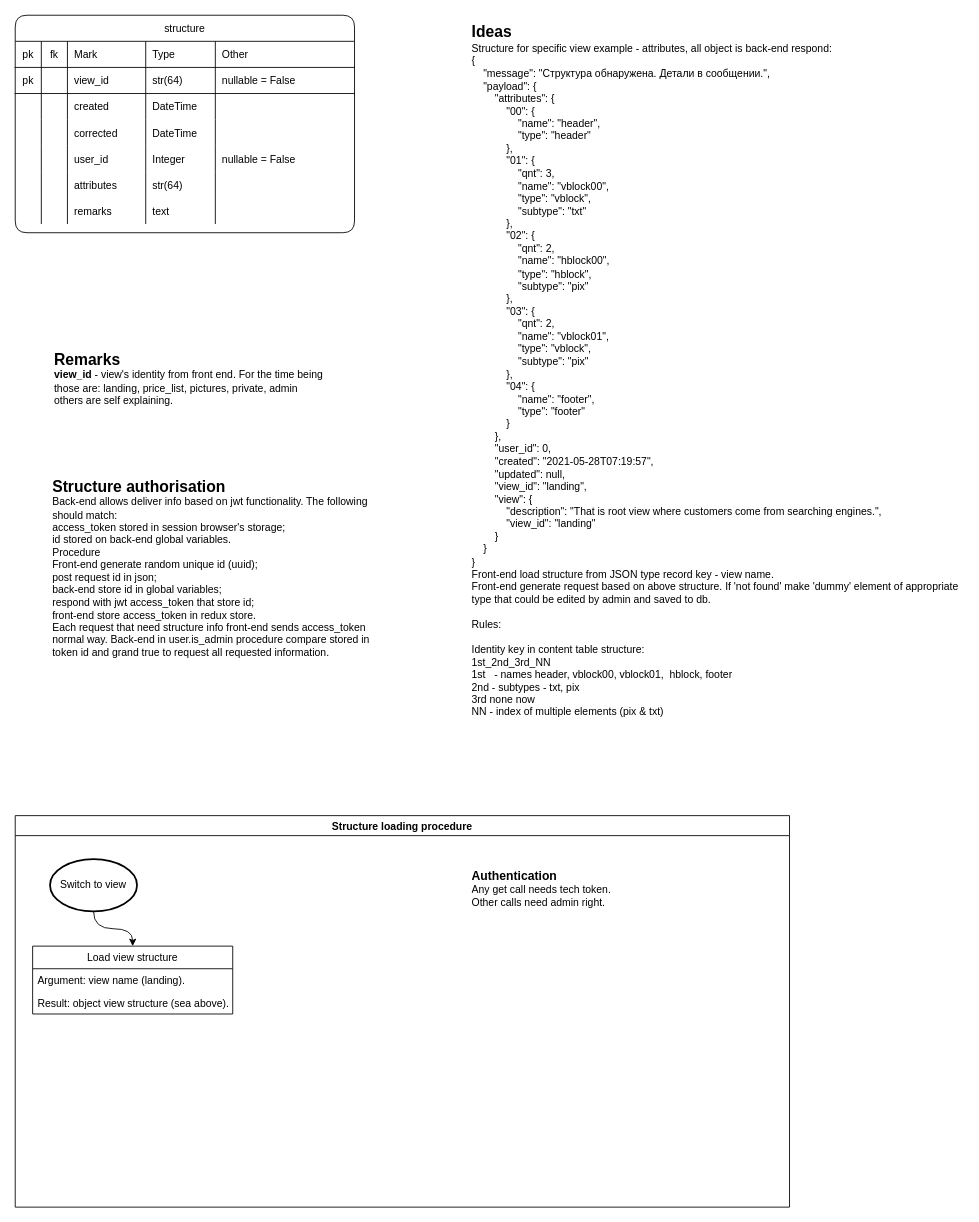
This is page "structure table and procedure" (6 of 12) of market-coffee.drawio from Sergey190309/220415-market-caffee, a draw.io file, before an edit. Source tidied: cells renumbered, new cells numbered last; positions are measured from the earlier drawing's top-left corner, leaving out a move shared by most shapes. Both pictures are drawn from the tidied source at 87%, with x=0, y=0 at pixel (15, 15).
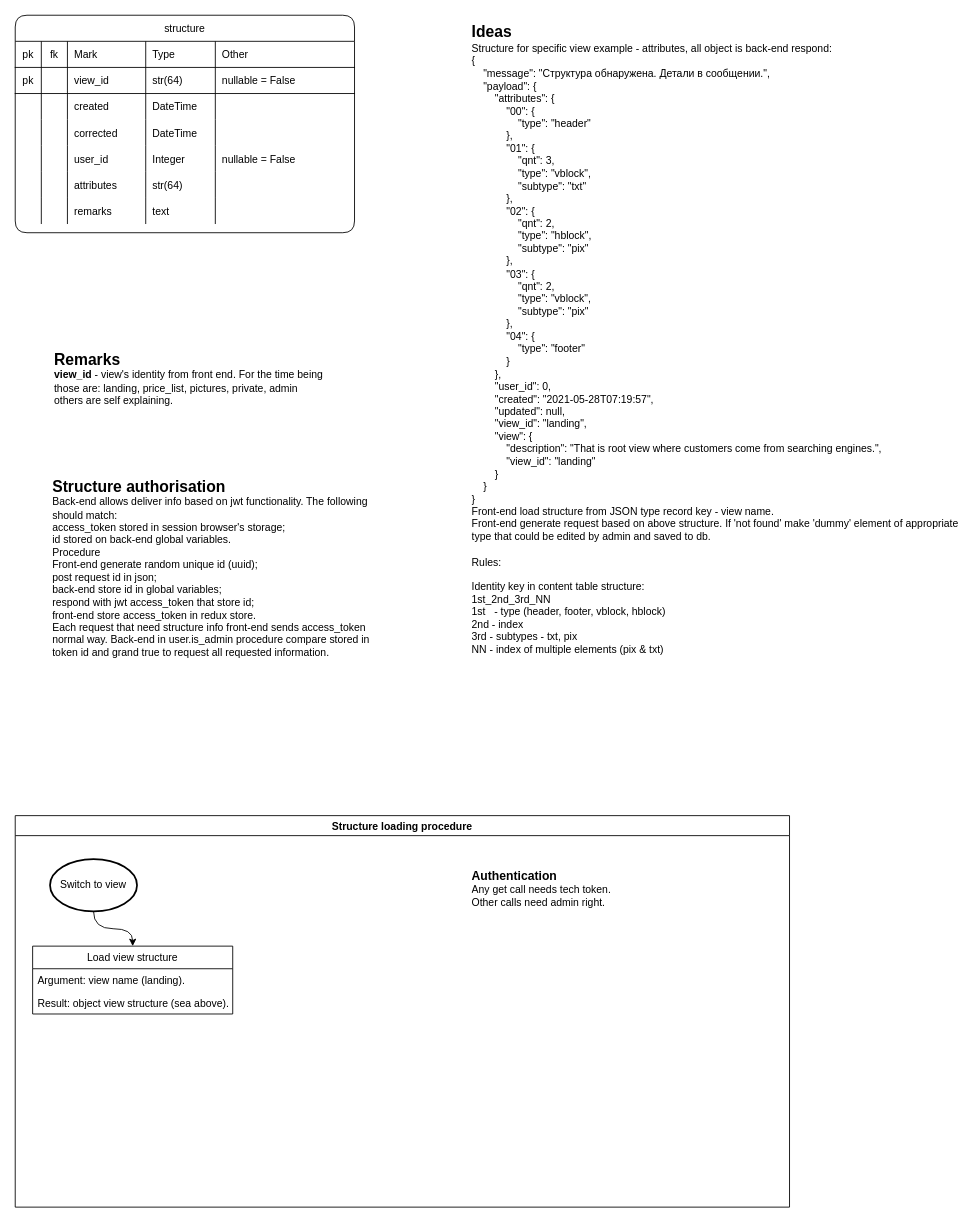
After the change.

Change to the diagram source:
```diff
@@
-    <mxCell id="52" value="&lt;font style=&quot;font-size: 18px&quot;&gt;&lt;b&gt;Ideas&lt;/b&gt;&lt;/font&gt;&lt;br&gt;Structure for specific view example - attributes, all object is back-end respond:&lt;br&gt;&lt;div&gt;&lt;div&gt;&lt;/div&gt;&lt;/div&gt;&lt;div&gt;{&lt;/div&gt;&lt;div&gt;&amp;nbsp; &amp;nbsp; &quot;message&quot;: &quot;Структура обнаружена. Детали в сообщении.&quot;,&lt;/div&gt;&lt;div&gt;&amp;nbsp; &amp;nbsp; &quot;payload&quot;: {&lt;/div&gt;&lt;div&gt;&amp;nbsp; &amp;nbsp; &amp;nbsp; &amp;nbsp; &quot;attributes&quot;: {&lt;/div&gt;&lt;div&gt;&amp;nbsp; &amp;nbsp; &amp;nbsp; &amp;nbsp; &amp;nbsp; &amp;nbsp; &quot;00&quot;: {&lt;/div&gt;&lt;div&gt;&amp;nbsp; &amp;nbsp; &amp;nbsp; &amp;nbsp; &amp;nbsp; &amp;nbsp; &amp;nbsp; &amp;nbsp; &quot;name&quot;: &quot;header&quot;,&lt;/div&gt;&lt;div&gt;&amp;nbsp; &amp;nbsp; &amp;nbsp; &amp;nbsp; &amp;nbsp; &amp;nbsp; &amp;nbsp; &amp;nbsp; &quot;type&quot;: &quot;header&quot;&lt;/div&gt;&lt;div&gt;&amp;nbsp; &amp;nbsp; &amp;nbsp; &amp;nbsp; &amp;nbsp; &amp;nbsp; },&lt;/div&gt;&lt;div&gt;&amp;nbsp; &amp;nbsp; &amp;nbsp; &amp;nbsp; &amp;nbsp; &amp;nbsp; &quot;01&quot;: {&lt;/div&gt;&lt;div&gt;&amp;nbsp; &amp;nbsp; &amp;nbsp; &amp;nbsp; &amp;nbsp; &amp;nbsp; &amp;nbsp; &amp;nbsp; &quot;qnt&quot;: 3,&lt;/div&gt;&lt;div&gt;&amp;nbsp; &amp;nbsp; &amp;nbsp; &amp;nbsp; &amp;nbsp; &amp;nbsp; &amp;nbsp; &amp;nbsp; &quot;name&quot;: &quot;vblock00&quot;,&lt;/div&gt;&lt;div&gt;&amp;nbsp; &amp;nbsp; &amp;nbsp; &amp;nbsp; &amp;nbsp; &amp;nbsp; &amp;nbsp; &amp;nbsp; &quot;type&quot;: &quot;vblock&quot;,&lt;/div&gt;&lt;div&gt;&amp;nbsp; &amp;nbsp; &amp;nbsp; &amp;nbsp; &amp;nbsp; &amp;nbsp; &amp;nbsp; &amp;nbsp; &quot;subtype&quot;: &quot;txt&quot;&lt;/div&gt;&lt;div&gt;&amp;nbsp; &amp;nbsp; &amp;nbsp; &amp;nbsp; &amp;nbsp; &amp;nbsp; },&lt;/div&gt;&lt;div&gt;&amp;nbsp; &amp;nbsp; &amp;nbsp; &amp;nbsp; &amp;nbsp; &amp;nbsp; &quot;02&quot;: {&lt;/div&gt;&lt;div&gt;&amp;nbsp; &amp;nbsp; &amp;nbsp; &amp;nbsp; &amp;nbsp; &amp;nbsp; &amp;nbsp; &amp;nbsp; &quot;qnt&quot;: 2,&lt;/div&gt;&lt;div&gt;&amp;nbsp; &amp;nbsp; &amp;nbsp; &amp;nbsp; &amp;nbsp; &amp;nbsp; &amp;nbsp; &amp;nbsp; &quot;name&quot;: &quot;hblock00&quot;,&lt;/div&gt;&lt;div&gt;&amp;nbsp; &amp;nbsp; &amp;nbsp; &amp;nbsp; &amp;nbsp; &amp;nbsp; &amp;nbsp; &amp;nbsp; &quot;type&quot;: &quot;hblock&quot;,&lt;/div&gt;&lt;div&gt;&amp;nbsp; &amp;nbsp; &amp;nbsp; &amp;nbsp; &amp;nbsp; &amp;nbsp; &amp;nbsp; &amp;nbsp; &quot;subtype&quot;: &quot;pix&quot;&lt;/div&gt;&lt;div&gt;&amp;nbsp; &amp;nbsp; &amp;nbsp; &amp;nbsp; &amp;nbsp; &amp;nbsp; },&lt;/div&gt;&lt;div&gt;&amp;nbsp; &amp;nbsp; &amp;nbsp; &amp;nbsp; &amp;nbsp; &amp;nbsp; &quot;03&quot;: {&lt;/div&gt;&lt;div&gt;&amp;nbsp; &amp;nbsp; &amp;nbsp; &amp;nbsp; &amp;nbsp; &amp;nbsp; &amp;nbsp; &amp;nbsp; &quot;qnt&quot;: 2,&lt;/div&gt;&lt;div&gt;&amp;nbsp; &amp;nbsp; &amp;nbsp; &amp;nbsp; &amp;nbsp; &amp;nbsp; &amp;nbsp; &amp;nbsp; &quot;name&quot;: &quot;vblock01&quot;,&lt;/div&gt;&lt;div&gt;&amp;nbsp; &amp;nbsp; &amp;nbsp; &amp;nbsp; &amp;nbsp; &amp;nbsp; &amp;nbsp; &amp;nbsp; &quot;type&quot;: &quot;vblock&quot;,&lt;/div&gt;&lt;div&gt;&amp;nbsp; &amp;nbsp; &amp;nbsp; &amp;nbsp; &amp;nbsp; &amp;nbsp; &amp;nbsp; &amp;nbsp; &quot;subtype&quot;: &quot;pix&quot;&lt;/div&gt;&lt;div&gt;&amp;nbsp; &amp;nbsp; &amp;nbsp; &amp;nbsp; &amp;nbsp; &amp;nbsp; },&lt;/div&gt;&lt;div&gt;&amp;nbsp; &amp;nbsp; &amp;nbsp; &amp;nbsp; &amp;nbsp; &amp;nbsp; &quot;04&quot;: {&lt;/div&gt;&lt;div&gt;&amp;nbsp; &amp;nbsp; &amp;nbsp; &amp;nbsp; &amp;nbsp; &amp;nbsp; &amp;nbsp; &amp;nbsp; &quot;name&quot;: &quot;footer&quot;,&lt;/div&gt;&lt;div&gt;&amp;nbsp; &amp;nbsp; &amp;nbsp; &amp;nbsp; &amp;nbsp; &amp;nbsp; &amp;nbsp; &amp;nbsp; &quot;type&quot;: &quot;footer&quot;&lt;/div&gt;&lt;div&gt;&amp;nbsp; &amp;nbsp; &amp;nbsp; &amp;nbsp; &amp;nbsp; &amp;nbsp; }&lt;/div&gt;&lt;div&gt;&amp;nbsp; &amp;nbsp; &amp;nbsp; &amp;nbsp; },&lt;/div&gt;&lt;div&gt;&amp;nbsp; &amp;nbsp; &amp;nbsp; &amp;nbsp; &quot;user_id&quot;: 0,&lt;/div&gt;&lt;div&gt;&amp;nbsp; &amp;nbsp; &amp;nbsp; &amp;nbsp; &quot;created&quot;: &quot;2021-05-28T07:19:57&quot;,&lt;/div&gt;&lt;div&gt;&amp;nbsp; &amp;nbsp; &amp;nbsp; &amp;nbsp; &quot;updated&quot;: null,&lt;/div&gt;&lt;div&gt;&amp;nbsp; &amp;nbsp; &amp;nbsp; &amp;nbsp; &quot;view_id&quot;: &quot;landing&quot;,&lt;/div&gt;&lt;div&gt;&amp;nbsp; &amp;nbsp; &amp;nbsp; &amp;nbsp; &quot;view&quot;: {&lt;/div&gt;&lt;div&gt;&amp;nbsp; &amp;nbsp; &amp;nbsp; &amp;nbsp; &amp;nbsp; &amp;nbsp; &quot;description&quot;: &quot;That is root view where customers come from searching engines.&quot;,&lt;/div&gt;&lt;div&gt;&amp;nbsp; &amp;nbsp; &amp;nbsp; &amp;nbsp; &amp;nbsp; &amp;nbsp; &quot;view_id&quot;: &quot;landing&quot;&lt;/div&gt;&lt;div&gt;&amp;nbsp; &amp;nbsp; &amp;nbsp; &amp;nbsp; }&lt;/div&gt;&lt;div&gt;&amp;nbsp; &amp;nbsp; }&lt;/div&gt;&lt;div&gt;}&lt;/div&gt;Front-end load structure from JSON type record key - view name.&amp;nbsp;&lt;br&gt;Front-end generate request&amp;nbsp;based on above structure. If 'not found' make 'dummy' element of appropriate type that could be edited by admin and saved to db.&lt;br&gt;&lt;br&gt;Rules:&lt;br&gt;&lt;br&gt;Identity key in content table structure:&lt;br&gt;1st_2nd_3rd_NN&lt;br&gt;1st&amp;nbsp; &amp;nbsp;- names header, vblock00, vblock01,&amp;nbsp;&amp;nbsp;hblock, footer&lt;br&gt;2nd - subtypes - txt, pix&lt;br&gt;3rd none now&lt;br&gt;NN - index of&amp;nbsp;multiple elements (pix &amp;amp; txt)" style="text;strokeColor=none;fillColor=none;spacing=5;spacingTop=0;overflow=hidden;rounded=0;whiteSpace=wrap;html=1;" parent="1" vertex="1">
+    <mxCell id="52" value="&lt;font style=&quot;font-size: 18px&quot;&gt;&lt;b&gt;Ideas&lt;/b&gt;&lt;/font&gt;&lt;br&gt;Structure for specific view example - attributes, all object is back-end respond:&lt;br&gt;&lt;div&gt;&lt;div&gt;&lt;/div&gt;&lt;/div&gt;&lt;div&gt;{&lt;/div&gt;&lt;div&gt;&amp;nbsp; &amp;nbsp; &quot;message&quot;: &quot;Структура обнаружена. Детали в сообщении.&quot;,&lt;/div&gt;&lt;div&gt;&amp;nbsp; &amp;nbsp; &quot;payload&quot;: {&lt;/div&gt;&lt;div&gt;&amp;nbsp; &amp;nbsp; &amp;nbsp; &amp;nbsp; &quot;attributes&quot;: {&lt;/div&gt;&lt;div&gt;&amp;nbsp; &amp;nbsp; &amp;nbsp; &amp;nbsp; &amp;nbsp; &amp;nbsp; &quot;00&quot;: {&lt;/div&gt;&lt;div&gt;&lt;span&gt;&amp;nbsp; &amp;nbsp; &amp;nbsp; &amp;nbsp; &amp;nbsp; &amp;nbsp; &amp;nbsp; &amp;nbsp; &quot;type&quot;: &quot;header&quot;&lt;/span&gt;&lt;br&gt;&lt;/div&gt;&lt;div&gt;&amp;nbsp; &amp;nbsp; &amp;nbsp; &amp;nbsp; &amp;nbsp; &amp;nbsp; },&lt;/div&gt;&lt;div&gt;&amp;nbsp; &amp;nbsp; &amp;nbsp; &amp;nbsp; &amp;nbsp; &amp;nbsp; &quot;01&quot;: {&lt;/div&gt;&lt;div&gt;&amp;nbsp; &amp;nbsp; &amp;nbsp; &amp;nbsp; &amp;nbsp; &amp;nbsp; &amp;nbsp; &amp;nbsp; &quot;qnt&quot;: 3,&lt;/div&gt;&lt;div&gt;&lt;span&gt;&amp;nbsp; &amp;nbsp; &amp;nbsp; &amp;nbsp; &amp;nbsp; &amp;nbsp; &amp;nbsp; &amp;nbsp; &quot;type&quot;: &quot;vblock&quot;,&lt;/span&gt;&lt;br&gt;&lt;/div&gt;&lt;div&gt;&amp;nbsp; &amp;nbsp; &amp;nbsp; &amp;nbsp; &amp;nbsp; &amp;nbsp; &amp;nbsp; &amp;nbsp; &quot;subtype&quot;: &quot;txt&quot;&lt;/div&gt;&lt;div&gt;&amp;nbsp; &amp;nbsp; &amp;nbsp; &amp;nbsp; &amp;nbsp; &amp;nbsp; },&lt;/div&gt;&lt;div&gt;&amp;nbsp; &amp;nbsp; &amp;nbsp; &amp;nbsp; &amp;nbsp; &amp;nbsp; &quot;02&quot;: {&lt;/div&gt;&lt;div&gt;&amp;nbsp; &amp;nbsp; &amp;nbsp; &amp;nbsp; &amp;nbsp; &amp;nbsp; &amp;nbsp; &amp;nbsp; &quot;qnt&quot;: 2,&lt;/div&gt;&lt;div&gt;&lt;span&gt;&amp;nbsp; &amp;nbsp; &amp;nbsp; &amp;nbsp; &amp;nbsp; &amp;nbsp; &amp;nbsp; &amp;nbsp; &quot;type&quot;: &quot;hblock&quot;,&lt;/span&gt;&lt;br&gt;&lt;/div&gt;&lt;div&gt;&amp;nbsp; &amp;nbsp; &amp;nbsp; &amp;nbsp; &amp;nbsp; &amp;nbsp; &amp;nbsp; &amp;nbsp; &quot;subtype&quot;: &quot;pix&quot;&lt;/div&gt;&lt;div&gt;&amp;nbsp; &amp;nbsp; &amp;nbsp; &amp;nbsp; &amp;nbsp; &amp;nbsp; },&lt;/div&gt;&lt;div&gt;&amp;nbsp; &amp;nbsp; &amp;nbsp; &amp;nbsp; &amp;nbsp; &amp;nbsp; &quot;03&quot;: {&lt;/div&gt;&lt;div&gt;&amp;nbsp; &amp;nbsp; &amp;nbsp; &amp;nbsp; &amp;nbsp; &amp;nbsp; &amp;nbsp; &amp;nbsp; &quot;qnt&quot;: 2,&lt;/div&gt;&lt;div&gt;&lt;span&gt;&amp;nbsp; &amp;nbsp; &amp;nbsp; &amp;nbsp; &amp;nbsp; &amp;nbsp; &amp;nbsp; &amp;nbsp; &quot;type&quot;: &quot;vblock&quot;,&lt;/span&gt;&lt;br&gt;&lt;/div&gt;&lt;div&gt;&amp;nbsp; &amp;nbsp; &amp;nbsp; &amp;nbsp; &amp;nbsp; &amp;nbsp; &amp;nbsp; &amp;nbsp; &quot;subtype&quot;: &quot;pix&quot;&lt;/div&gt;&lt;div&gt;&amp;nbsp; &amp;nbsp; &amp;nbsp; &amp;nbsp; &amp;nbsp; &amp;nbsp; },&lt;/div&gt;&lt;div&gt;&amp;nbsp; &amp;nbsp; &amp;nbsp; &amp;nbsp; &amp;nbsp; &amp;nbsp; &quot;04&quot;: {&lt;/div&gt;&lt;div&gt;&lt;span&gt;&amp;nbsp; &amp;nbsp; &amp;nbsp; &amp;nbsp; &amp;nbsp; &amp;nbsp; &amp;nbsp; &amp;nbsp; &quot;type&quot;: &quot;footer&quot;&lt;/span&gt;&lt;br&gt;&lt;/div&gt;&lt;div&gt;&amp;nbsp; &amp;nbsp; &amp;nbsp; &amp;nbsp; &amp;nbsp; &amp;nbsp; }&lt;/div&gt;&lt;div&gt;&amp;nbsp; &amp;nbsp; &amp;nbsp; &amp;nbsp; },&lt;/div&gt;&lt;div&gt;&amp;nbsp; &amp;nbsp; &amp;nbsp; &amp;nbsp; &quot;user_id&quot;: 0,&lt;/div&gt;&lt;div&gt;&amp;nbsp; &amp;nbsp; &amp;nbsp; &amp;nbsp; &quot;created&quot;: &quot;2021-05-28T07:19:57&quot;,&lt;/div&gt;&lt;div&gt;&amp;nbsp; &amp;nbsp; &amp;nbsp; &amp;nbsp; &quot;updated&quot;: null,&lt;/div&gt;&lt;div&gt;&amp;nbsp; &amp;nbsp; &amp;nbsp; &amp;nbsp; &quot;view_id&quot;: &quot;landing&quot;,&lt;/div&gt;&lt;div&gt;&amp;nbsp; &amp;nbsp; &amp;nbsp; &amp;nbsp; &quot;view&quot;: {&lt;/div&gt;&lt;div&gt;&amp;nbsp; &amp;nbsp; &amp;nbsp; &amp;nbsp; &amp;nbsp; &amp;nbsp; &quot;description&quot;: &quot;That is root view where customers come from searching engines.&quot;,&lt;/div&gt;&lt;div&gt;&amp;nbsp; &amp;nbsp; &amp;nbsp; &amp;nbsp; &amp;nbsp; &amp;nbsp; &quot;view_id&quot;: &quot;landing&quot;&lt;/div&gt;&lt;div&gt;&amp;nbsp; &amp;nbsp; &amp;nbsp; &amp;nbsp; }&lt;/div&gt;&lt;div&gt;&amp;nbsp; &amp;nbsp; }&lt;/div&gt;&lt;div&gt;}&lt;/div&gt;Front-end load structure from JSON type record key - view name.&amp;nbsp;&lt;br&gt;Front-end generate request&amp;nbsp;based on above structure. If 'not found' make 'dummy' element of appropriate type that could be edited by admin and saved to db.&lt;br&gt;&lt;br&gt;Rules:&lt;br&gt;&lt;br&gt;Identity key in content table structure:&lt;br&gt;1st_2nd_3rd_NN&lt;br&gt;1st&amp;nbsp; &amp;nbsp;- type (header, footer, vblock, hblock)&lt;br&gt;2nd - index&lt;br&gt;3rd - subtypes - txt, pix&lt;br&gt;NN - index of&amp;nbsp;multiple elements (pix &amp;amp; txt)" style="text;strokeColor=none;fillColor=none;spacing=5;spacingTop=0;overflow=hidden;rounded=0;whiteSpace=wrap;html=1;" parent="1" vertex="1">
       <mxGeometry x="520" width="570" height="910" as="geometry" />
     </mxCell>
```
